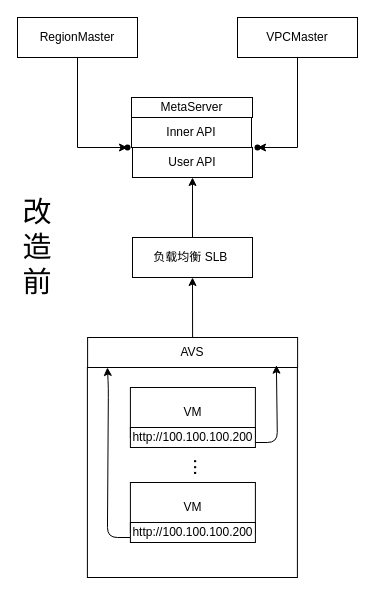
Before: page "Page-2" (2 of 4) of about/Untitled Diagram.drawio in acewzj/post_md, a draw.io diagram. Source tidied: cells renumbered, new cells numbered last; positions are measured from the earlier drawing's top-left corner, leaving out a move shared by most shapes. Both pictures are drawn from the tidied source at 100%, with x=0, y=0 at pixel (17, 17).
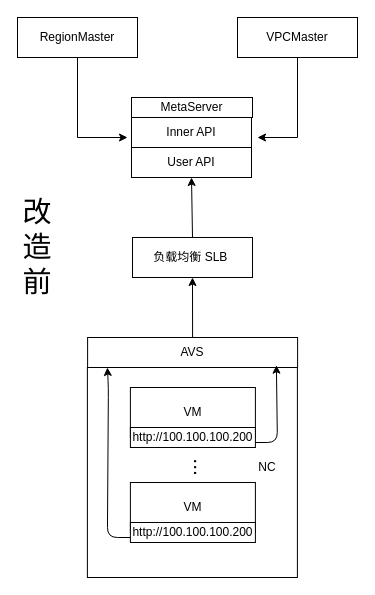
Above is the later version.

The change refers to these unchanged cells:
```xml
<mxCell id="5" value="RegionMaster" style="rounded=0;whiteSpace=wrap;html=1;" parent="1" vertex="1">
  <mxGeometry width="120" height="40" as="geometry" />
</mxCell>
<mxCell id="7" value="VPCMaster" style="rounded=0;whiteSpace=wrap;html=1;" parent="1" vertex="1">
  <mxGeometry x="220" width="120" height="40" as="geometry" />
</mxCell>
```

What changed in the source:
```diff
@@
-    <mxCell id="4" style="edgeStyle=orthogonalEdgeStyle;rounded=0;jettySize=auto;html=1;" parent="1" edge="1" source="5" target="14">
+    <mxCell id="4" style="edgeStyle=orthogonalEdgeStyle;rounded=0;jettySize=auto;html=1;" parent="1" edge="1" source="5">
       <mxGeometry relative="1" as="geometry">
+        <mxPoint x="110" y="120" as="targetPoint" />
         <Array as="points">
-          <mxPoint x="60" y="130" />
+          <mxPoint x="60" y="120" />
         </Array>
       </mxGeometry>
     </mxCell>
@@
-    <mxCell id="6" style="edgeStyle=orthogonalEdgeStyle;rounded=0;jettySize=auto;html=1;" parent="1" edge="1" source="7" target="15">
+    <mxCell id="6" style="edgeStyle=orthogonalEdgeStyle;rounded=0;jettySize=auto;html=1;" parent="1" edge="1" source="7">
       <mxGeometry relative="1" as="geometry">
+        <mxPoint x="240" y="120" as="targetPoint" />
         <Array as="points">
-          <mxPoint x="280" y="130" />
+          <mxPoint x="280" y="120" />
+          <mxPoint x="240" y="120" />
         </Array>
       </mxGeometry>
     </mxCell>
@@
     <mxCell id="13" value="User API" style="rounded=0;whiteSpace=wrap;html=1;" parent="1" vertex="1">
-      <mxGeometry x="115" y="130" width="120" height="30" as="geometry" />
+      <mxGeometry x="114" y="130" width="120" height="30" as="geometry" />
     </mxCell>
-    <mxCell id="14" style="shape=waypoint;size=6;points=[];fillColor=#ffffff;perimeter=centerPerimeter;snapToPoint=1;rounded=0;" parent="1" vertex="1">
-      <mxGeometry x="90" y="110" width="40" height="40" as="geometry" />
-    </mxCell>
-    <mxCell id="15" style="shape=waypoint;size=6;points=[];fillColor=#ffffff;perimeter=centerPerimeter;snapToPoint=1;rounded=0;" parent="1" vertex="1">
-      <mxGeometry x="220" y="110" width="40" height="40" as="geometry" />
-    </mxCell>
@@
+    <mxCell id="24" value="NC" style="text;html=1;strokeColor=none;fillColor=none;align=center;verticalAlign=middle;whiteSpace=wrap;rounded=0;" parent="1" vertex="1">
+      <mxGeometry x="230" y="440" width="40" height="20" as="geometry" />
+    </mxCell>
```
